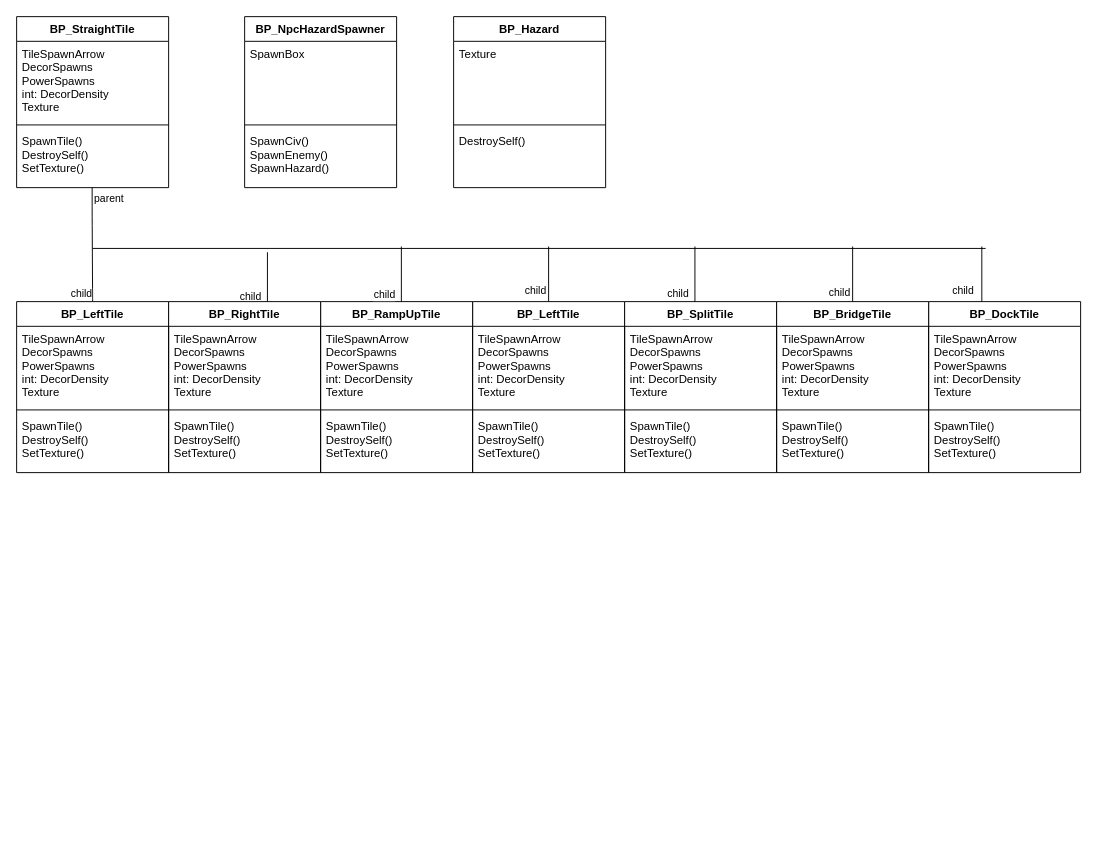
This is MAP UML Diagram.drawio from EanBott/MultiUserProject, a draw.io file, before an edit. Source tidied: cells renumbered, new cells numbered last; positions are measured from the earlier drawing's top-left corner, leaving out a move shared by most shapes. Both pictures are drawn from the tidied source at 95%, with x=0, y=0 at pixel (16, 16).
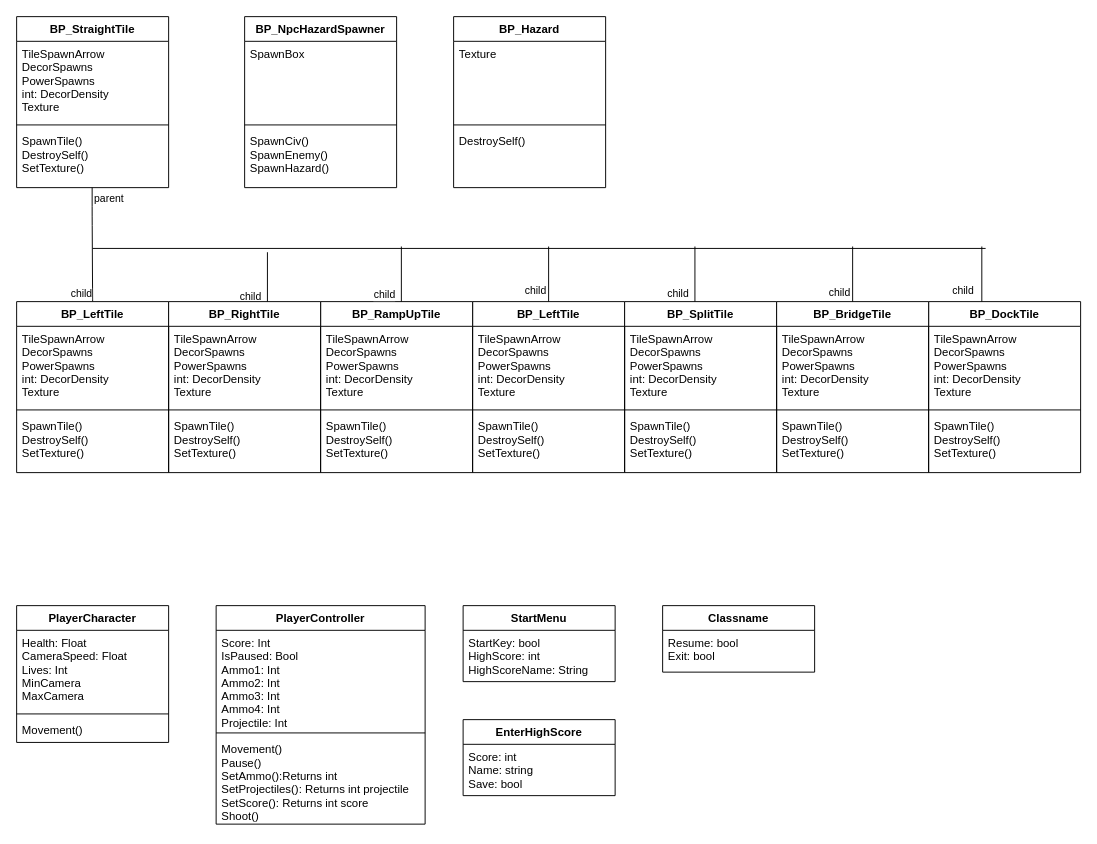
Above is the later version.

Diff of the diagram source:
```diff
@@
+    <mxCell id="58" value="PlayerCharacter" style="swimlane;fontStyle=1;align=center;verticalAlign=top;horizontal=1;startSize=26;" parent="1" vertex="1">
+      <mxGeometry y="620" width="160" height="144" as="geometry" />
+    </mxCell>
+    <mxCell id="59" value="Health: Float&#10;CameraSpeed: Float&#10;Lives: Int&#10;MinCamera&#10;MaxCamera" style="text;strokeColor=none;fillColor=none;align=left;verticalAlign=top;spacingLeft=4;spacingRight=4;overflow=hidden;" parent="58" vertex="1">
+      <mxGeometry y="26" width="160" height="84" as="geometry" />
+    </mxCell>
+    <mxCell id="60" style="line;strokeWidth=1;fillColor=none;align=left;verticalAlign=middle;spacingTop=-1;spacingLeft=3;spacingRight=3;labelPosition=right;" parent="58" vertex="1">
+      <mxGeometry y="110" width="160" height="8" as="geometry" />
+    </mxCell>
+    <mxCell id="61" value="Movement()" style="text;strokeColor=none;fillColor=none;align=left;verticalAlign=top;spacingLeft=4;spacingRight=4;overflow=hidden;" parent="58" vertex="1">
+      <mxGeometry y="118" width="160" height="26" as="geometry" />
+    </mxCell>
+    <mxCell id="62" value="StartMenu" style="swimlane;fontStyle=1;align=center;verticalAlign=top;horizontal=1;startSize=26;" parent="1" vertex="1">
+      <mxGeometry x="470" y="620" width="160" height="80" as="geometry" />
+    </mxCell>
+    <mxCell id="63" value="StartKey: bool&#10;HighScore: int&#10;HighScoreName: String" style="text;strokeColor=none;fillColor=none;align=left;verticalAlign=top;spacingLeft=4;spacingRight=4;overflow=hidden;" parent="62" vertex="1">
+      <mxGeometry y="26" width="160" height="54" as="geometry" />
+    </mxCell>
+    <mxCell id="64" value="PlayerController" style="swimlane;fontStyle=1;align=center;verticalAlign=top;horizontal=1;startSize=26;" parent="1" vertex="1">
+      <mxGeometry x="210" y="620" width="220" height="230" as="geometry" />
+    </mxCell>
+    <mxCell id="65" value="Score: Int&#10;IsPaused: Bool&#10;Ammo1: Int&#10;Ammo2: Int&#10;Ammo3: Int&#10;Ammo4: Int&#10;Projectile: Int" style="text;strokeColor=none;fillColor=none;align=left;verticalAlign=top;spacingLeft=4;spacingRight=4;overflow=hidden;" parent="64" vertex="1">
+      <mxGeometry y="26" width="220" height="104" as="geometry" />
+    </mxCell>
+    <mxCell id="66" style="line;strokeWidth=1;fillColor=none;align=left;verticalAlign=middle;spacingTop=-1;spacingLeft=3;spacingRight=3;labelPosition=right;" parent="64" vertex="1">
+      <mxGeometry y="130" width="220" height="8" as="geometry" />
+    </mxCell>
+    <mxCell id="67" value="Movement()&#10;Pause()&#10;SetAmmo():Returns int&#10;SetProjectiles(): Returns int projectile&#10;SetScore(): Returns int score&#10;Shoot()" style="text;strokeColor=none;fillColor=none;align=left;verticalAlign=top;spacingLeft=4;spacingRight=4;overflow=hidden;" parent="64" vertex="1">
+      <mxGeometry y="138" width="220" height="92" as="geometry" />
+    </mxCell>
+    <mxCell id="68" value="EnterHighScore" style="swimlane;fontStyle=1;align=center;verticalAlign=top;horizontal=1;startSize=26;" parent="1" vertex="1">
+      <mxGeometry x="470" y="740" width="160" height="80" as="geometry" />
+    </mxCell>
+    <mxCell id="69" value="Score: int&#10;Name: string&#10;Save: bool" style="text;strokeColor=none;fillColor=none;align=left;verticalAlign=top;spacingLeft=4;spacingRight=4;overflow=hidden;" parent="68" vertex="1">
+      <mxGeometry y="26" width="160" height="54" as="geometry" />
+    </mxCell>
+    <mxCell id="70" value="Classname" style="swimlane;fontStyle=1;align=center;verticalAlign=top;horizontal=1;startSize=26;" parent="1" vertex="1">
+      <mxGeometry x="680" y="620" width="160" height="70" as="geometry" />
+    </mxCell>
+    <mxCell id="71" value="Resume: bool&#10;Exit: bool" style="text;strokeColor=none;fillColor=none;align=left;verticalAlign=top;spacingLeft=4;spacingRight=4;overflow=hidden;" parent="70" vertex="1">
+      <mxGeometry y="26" width="160" height="44" as="geometry" />
+    </mxCell>
```
